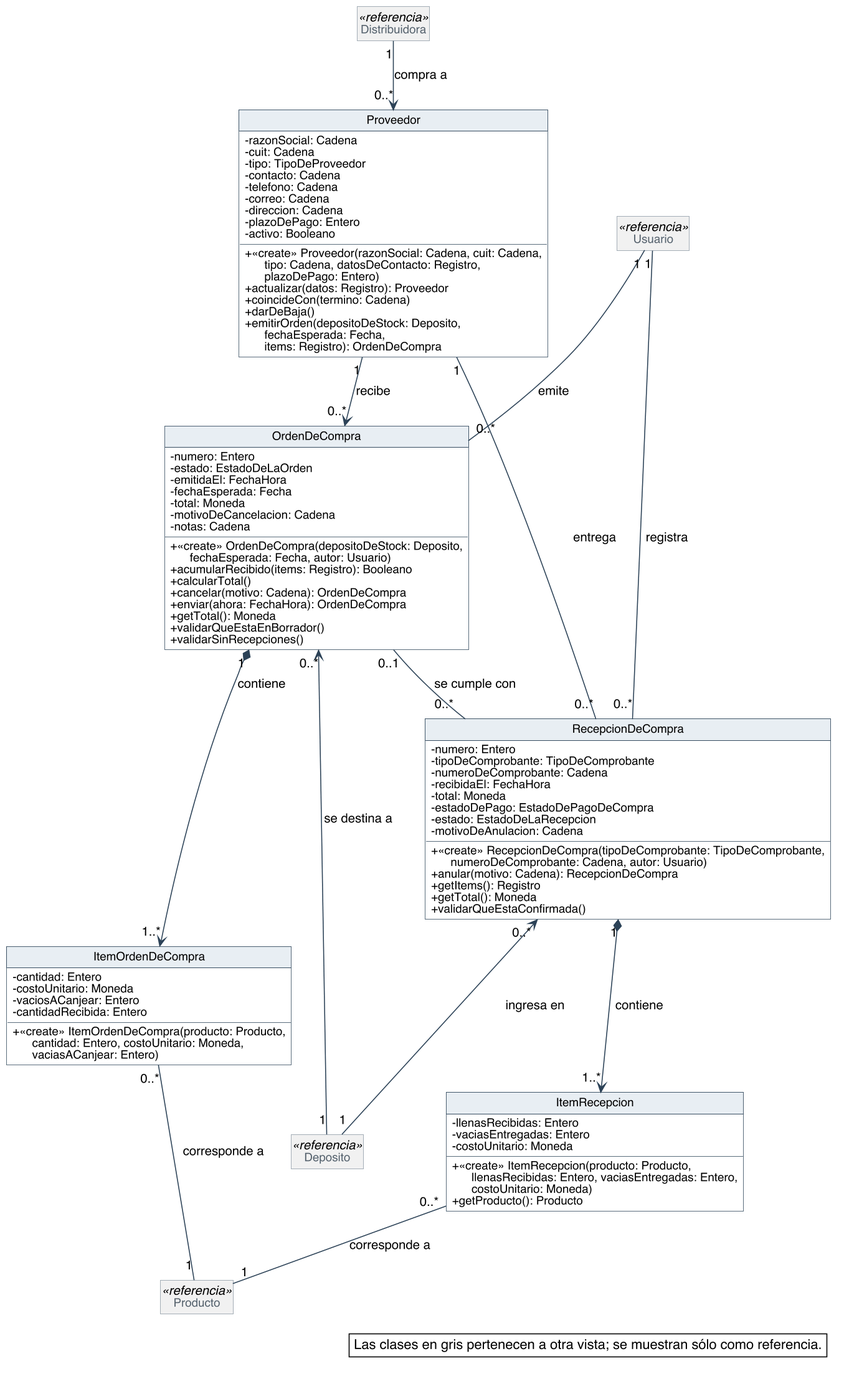
This is diagramas/clases-diseno/DC_Compras.png from Nahuelito-Dev/splg-docs, a PlantUML export, as it was before one commit. Its diagram source:
```plantuml
@startuml
skinparam backgroundColor #FFFFFF
skinparam shadowing false
skinparam defaultFontName Helvetica
skinparam defaultFontSize 13
skinparam dpi 150
skinparam nodesep 40
skinparam ranksep 55
skinparam classAttributeIconSize 0
skinparam roundCorner 0
skinparam genericDisplay old
skinparam class {
  BorderColor #2C4257
  BackgroundColor #FFFFFF
  ArrowColor #2C4257
  FontSize 14
  AttributeFontSize 12
  HeaderBackgroundColor #E8EEF3
}
skinparam class<<referencia>> {
  BackgroundColor #F1F1F1
  BorderColor #8A97A3
  FontColor #55616C
}
skinparam class<<fachada>> {
  HeaderBackgroundColor #D6E4F0
}
skinparam class<<controlador>> {
  HeaderBackgroundColor #D6E4F0
}
skinparam class<<fabricación pura>> {
  HeaderBackgroundColor #F3E9CF
}
skinparam class<<colección>> {
  HeaderBackgroundColor #E6E6E6
}
skinparam class<<adaptador>> {
  HeaderBackgroundColor #DCEBDD
}
skinparam interface {
  BorderColor #2C4257
  BackgroundColor #FFFFFF
  HeaderBackgroundColor #DCEBDD
  FontSize 14
  AttributeFontSize 12
}
skinparam note {
  BackgroundColor #FFFFFF
  BorderColor #2C4257
}
skinparam packageStyle rectangle
skinparam package {
  BorderColor #8A97A3
  FontSize 13
  FontColor #55616C
}
hide circle
hide empty members

class Proveedor {
  - razonSocial: Cadena
  - cuit: Cadena
  - tipo: TipoDeProveedor
  - contacto: Cadena
  - telefono: Cadena
  - correo: Cadena
  - direccion: Cadena
  - plazoDePago: Entero
  - activo: Booleano
  + «create» Proveedor(razonSocial: Cadena, cuit: Cadena,\n      tipo: Cadena, datosDeContacto: Registro,\n      plazoDePago: Entero)
  + actualizar(datos: Registro): Proveedor
  + coincideCon(termino: Cadena)
  + darDeBaja()
  + emitirOrden(depositoDeStock: Deposito,\n      fechaEsperada: Fecha,\n      items: Registro): OrdenDeCompra
}
class OrdenDeCompra {
  - numero: Entero
  - estado: EstadoDeLaOrden
  - emitidaEl: FechaHora
  - fechaEsperada: Fecha
  - total: Moneda
  - motivoDeCancelacion: Cadena
  - notas: Cadena
  + «create» OrdenDeCompra(depositoDeStock: Deposito,\n      fechaEsperada: Fecha, autor: Usuario)
  + acumularRecibido(items: Registro): Booleano
  + calcularTotal()
  + cancelar(motivo: Cadena): OrdenDeCompra
  + enviar(ahora: FechaHora): OrdenDeCompra
  + getTotal(): Moneda
  + validarQueEstaEnBorrador()
  + validarSinRecepciones()
}
class ItemOrdenDeCompra {
  - cantidad: Entero
  - costoUnitario: Moneda
  - vaciosACanjear: Entero
  - cantidadRecibida: Entero
  + «create» ItemOrdenDeCompra(producto: Producto,\n      cantidad: Entero, costoUnitario: Moneda,\n      vaciasACanjear: Entero)
}
class RecepcionDeCompra {
  - numero: Entero
  - tipoDeComprobante: TipoDeComprobante
  - numeroDeComprobante: Cadena
  - recibidaEl: FechaHora
  - total: Moneda
  - estadoDePago: EstadoDePagoDeCompra
  - estado: EstadoDeLaRecepcion
  - motivoDeAnulacion: Cadena
  + «create» RecepcionDeCompra(tipoDeComprobante: TipoDeComprobante,\n      numeroDeComprobante: Cadena, autor: Usuario)
  + anular(motivo: Cadena): RecepcionDeCompra
  + getItems(): Registro
  + getTotal(): Moneda
  + validarQueEstaConfirmada()
}
class ItemRecepcion {
  - llenasRecibidas: Entero
  - vaciasEntregadas: Entero
  - costoUnitario: Moneda
  + «create» ItemRecepcion(producto: Producto,\n      llenasRecibidas: Entero, vaciasEntregadas: Entero,\n      costoUnitario: Moneda)
  + getProducto(): Producto
}
class Deposito <<referencia>>
class Producto <<referencia>>
class Usuario <<referencia>>
class Distribuidora <<referencia>>

Distribuidora "1" --> "0..*" Proveedor : compra a
Proveedor "1" --> "0..*" OrdenDeCompra : recibe
OrdenDeCompra "0..*" <-- "1" Deposito : se destina a
OrdenDeCompra "1" *--> "1..*" ItemOrdenDeCompra : contiene
ItemOrdenDeCompra "0..*" -- "1" Producto : corresponde a
Usuario "1" -- "0..*" OrdenDeCompra : emite
Proveedor "1" -- "0..*" RecepcionDeCompra : entrega
OrdenDeCompra "0..1" -- "0..*" RecepcionDeCompra : se cumple con
RecepcionDeCompra "0..*" <-- "1" Deposito : ingresa en
RecepcionDeCompra "1" *--> "1..*" ItemRecepcion : contiene
ItemRecepcion "0..*" -- "1" Producto : corresponde a
Usuario "1" -- "0..*" RecepcionDeCompra : registra

legend bottom right
  Las clases en gris pertenecen a otra vista; se muestran sólo como referencia.
endlegend
@enduml
```
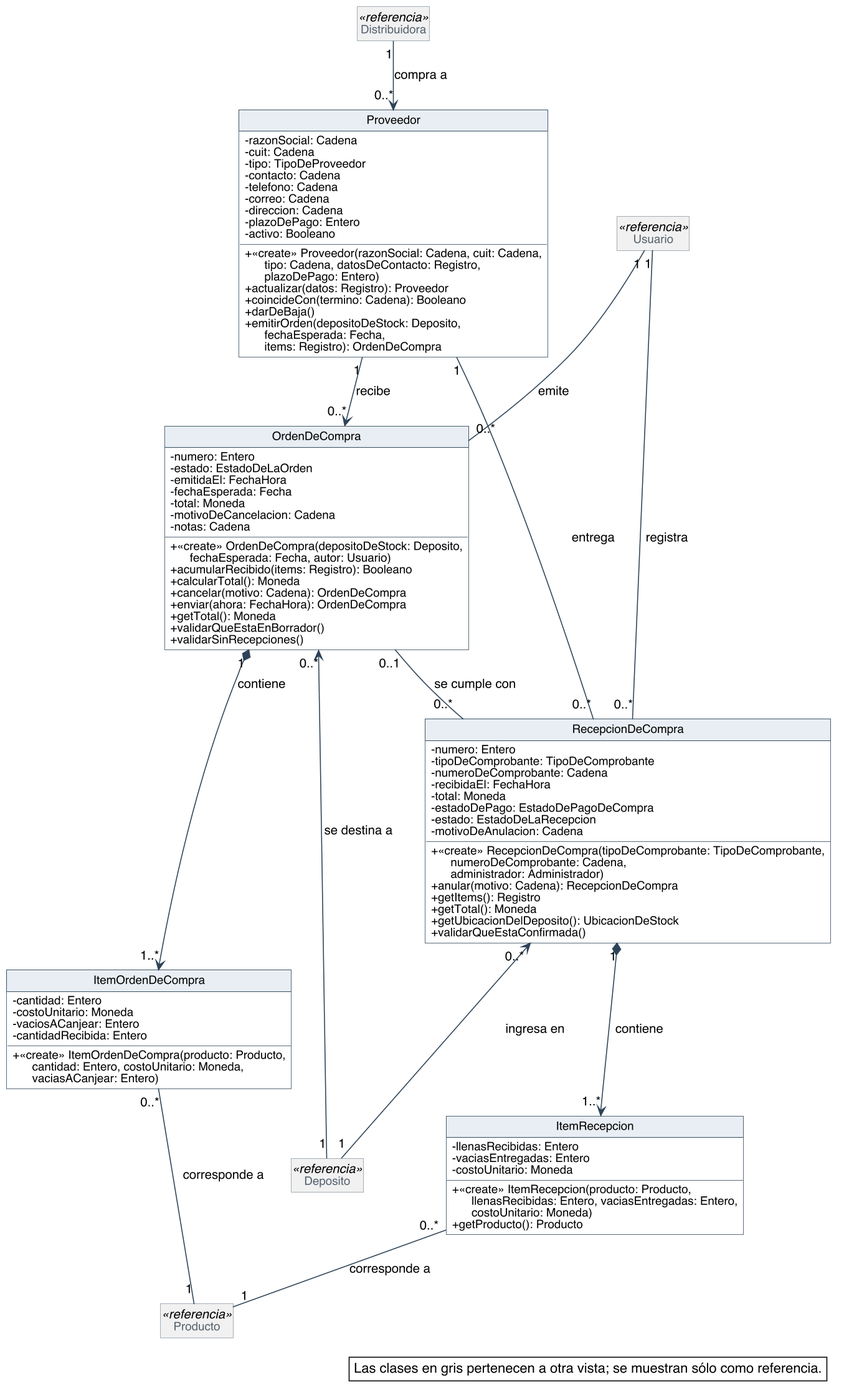
After the change.

Change to the diagram source:
```diff
@@ -69,7 +69,7 @@
   - activo: Booleano
   + «create» Proveedor(razonSocial: Cadena, cuit: Cadena,\n      tipo: Cadena, datosDeContacto: Registro,\n      plazoDePago: Entero)
   + actualizar(datos: Registro): Proveedor
-  + coincideCon(termino: Cadena)
+  + coincideCon(termino: Cadena): Booleano
   + darDeBaja()
   + emitirOrden(depositoDeStock: Deposito,\n      fechaEsperada: Fecha,\n      items: Registro): OrdenDeCompra
 }
@@ -83,7 +83,7 @@
   - notas: Cadena
   + «create» OrdenDeCompra(depositoDeStock: Deposito,\n      fechaEsperada: Fecha, autor: Usuario)
   + acumularRecibido(items: Registro): Booleano
-  + calcularTotal()
+  + calcularTotal(): Moneda
   + cancelar(motivo: Cadena): OrdenDeCompra
   + enviar(ahora: FechaHora): OrdenDeCompra
   + getTotal(): Moneda
@@ -106,10 +106,11 @@
   - estadoDePago: EstadoDePagoDeCompra
   - estado: EstadoDeLaRecepcion
   - motivoDeAnulacion: Cadena
-  + «create» RecepcionDeCompra(tipoDeComprobante: TipoDeComprobante,\n      numeroDeComprobante: Cadena, autor: Usuario)
+  + «create» RecepcionDeCompra(tipoDeComprobante: TipoDeComprobante,\n      numeroDeComprobante: Cadena,\n      administrador: Administrador)
   + anular(motivo: Cadena): RecepcionDeCompra
   + getItems(): Registro
   + getTotal(): Moneda
+  + getUbicacionDelDeposito(): UbicacionDeStock
   + validarQueEstaConfirmada()
 }
 class ItemRecepcion {
```
